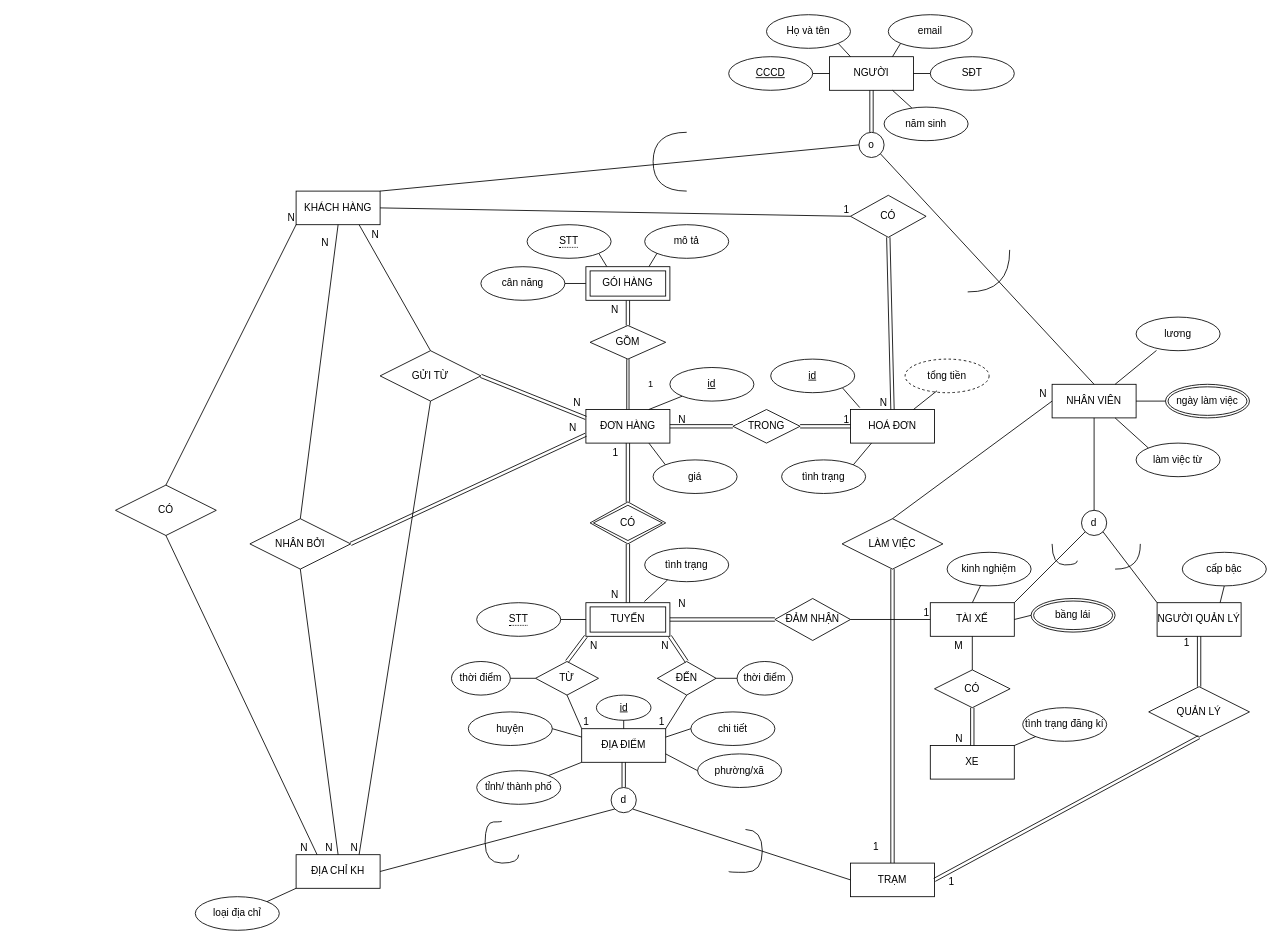
Earlier version of the draw.io diagram db-assignment.drawio (blueonline07/auth-demo). Source tidied: cells renumbered, new cells numbered last; positions are measured from the earlier drawing's top-left corner, leaving out a move shared by most shapes. Both pictures are drawn from the tidied source at 84%, with x=0, y=0 at pixel (115, 14).
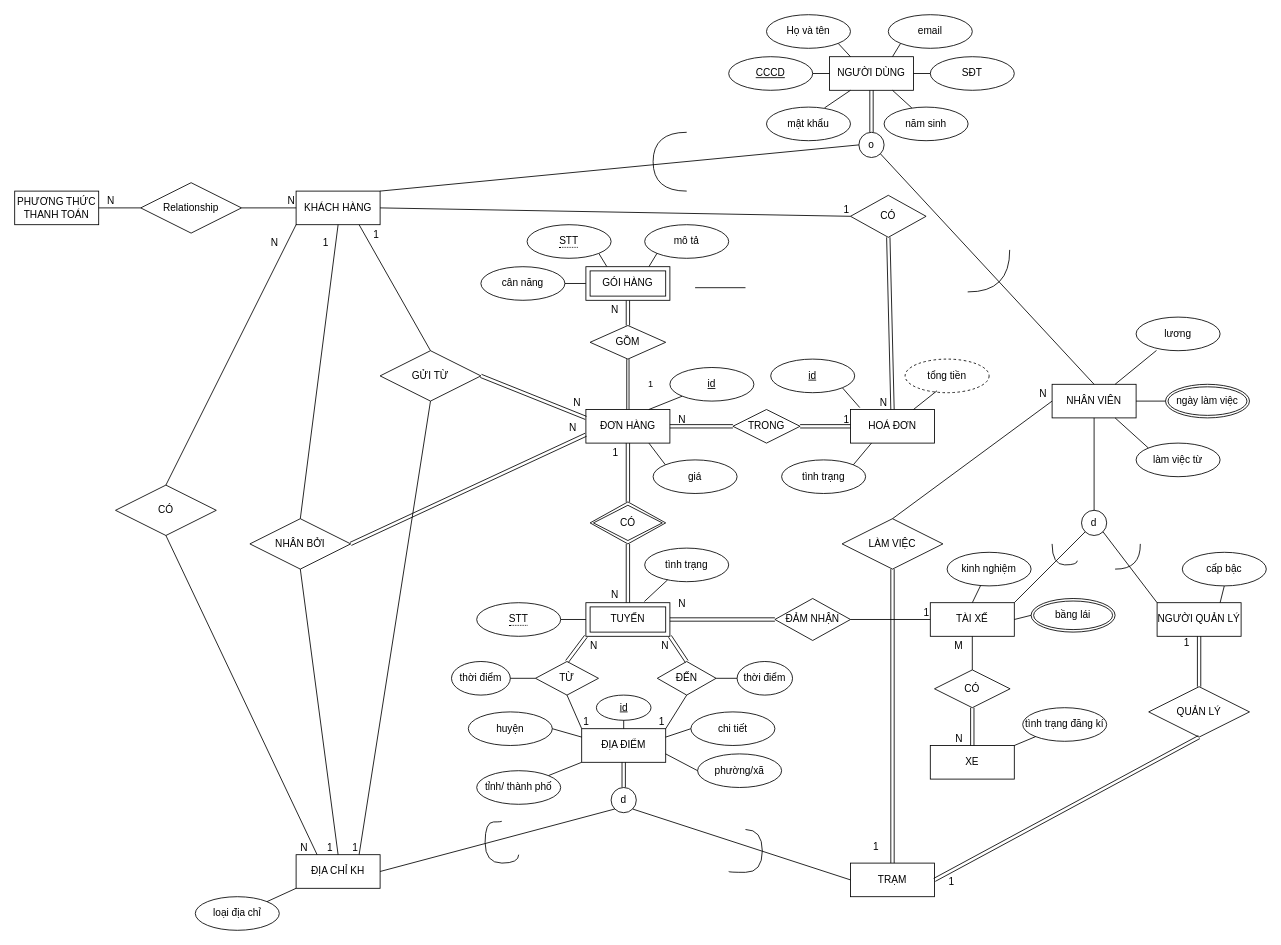
Above is the later version.

Unchanged cells that the change refers to:
```xml
<mxCell id="3" value="KHÁCH HÀNG" style="whiteSpace=wrap;html=1;align=center;" parent="1" vertex="1">
  <mxGeometry x="215" y="210" width="100" height="40" as="geometry" />
</mxCell>
<mxCell id="131" style="endArrow=none;html=1;rounded=0;entryX=0.75;entryY=1;entryDx=0;entryDy=0;exitX=0.5;exitY=0;exitDx=0;exitDy=0;" parent="1" edge="1" source="129" target="3">
  <mxGeometry relative="1" as="geometry" />
</mxCell>
<mxCell id="135" style="endArrow=none;html=1;rounded=0;entryX=0.75;entryY=0;entryDx=0;entryDy=0;exitX=0.5;exitY=1;exitDx=0;exitDy=0;" parent="1" edge="1" source="129" target="10">
  <mxGeometry relative="1" as="geometry" />
</mxCell>
<mxCell id="137" style="endArrow=none;html=1;rounded=0;entryX=0.5;entryY=1;entryDx=0;entryDy=0;exitX=0.5;exitY=0;exitDx=0;exitDy=0;" parent="1" edge="1" source="130" target="3">
  <mxGeometry relative="1" as="geometry" />
</mxCell>
<mxCell id="139" style="endArrow=none;html=1;rounded=0;entryX=0.5;entryY=0;entryDx=0;entryDy=0;exitX=0.5;exitY=1;exitDx=0;exitDy=0;" parent="1" edge="1" source="130" target="10">
  <mxGeometry relative="1" as="geometry" />
</mxCell>
<mxCell id="146" style="endArrow=none;html=1;rounded=0;entryX=0;entryY=1;entryDx=0;entryDy=0;exitX=0.5;exitY=0;exitDx=0;exitDy=0;" parent="1" edge="1" source="143" target="3">
  <mxGeometry relative="1" as="geometry" />
</mxCell>
```

The edit, as a diff of the source:
```diff
@@
-    <mxCell id="2" value="NGƯỜI" style="whiteSpace=wrap;html=1;align=center;" parent="1" vertex="1">
+    <mxCell id="2" value="NGƯỜI DÙNG" style="whiteSpace=wrap;html=1;align=center;" parent="1" vertex="1">
       <mxGeometry x="850" y="50" width="100" height="40" as="geometry" />
     </mxCell>
@@
-    <mxCell id="132" value="N" style="html=1;whiteSpace=wrap;align=right;verticalAlign=bottom;" parent="131" vertex="1">
+    <mxCell id="132" value="1" style="html=1;whiteSpace=wrap;align=right;verticalAlign=bottom;" parent="131" vertex="1">
       <mxGeometry x="1" relative="1" as="geometry">
         <mxPoint x="25" y="20" as="offset" />
       </mxGeometry>
     </mxCell>
@@
-    <mxCell id="136" value="N" style="html=1;whiteSpace=wrap;align=right;verticalAlign=bottom;" parent="135" vertex="1">
+    <mxCell id="136" value="1" style="html=1;whiteSpace=wrap;align=right;verticalAlign=bottom;" parent="135" vertex="1">
       <mxGeometry x="1" relative="1" as="geometry" />
     </mxCell>
@@
-    <mxCell id="138" value="N" style="html=1;whiteSpace=wrap;align=right;verticalAlign=bottom;" parent="137" vertex="1">
+    <mxCell id="138" value="1" style="html=1;whiteSpace=wrap;align=right;verticalAlign=bottom;" parent="137" vertex="1">
       <mxGeometry x="1" relative="1" as="geometry">
         <mxPoint x="-10" y="30" as="offset" />
       </mxGeometry>
     </mxCell>
@@
-    <mxCell id="140" value="N" style="html=1;whiteSpace=wrap;align=right;verticalAlign=bottom;" parent="139" vertex="1">
+    <mxCell id="140" value="1" style="html=1;whiteSpace=wrap;align=right;verticalAlign=bottom;" parent="139" vertex="1">
       <mxGeometry x="1" relative="1" as="geometry">
         <mxPoint x="-5" as="offset" />
       </mxGeometry>
     </mxCell>
@@
     <mxCell id="147" value="N" style="html=1;whiteSpace=wrap;align=right;verticalAlign=bottom;" parent="146" vertex="1">
-      <mxGeometry x="1" relative="1" as="geometry" />
+      <mxGeometry x="1" relative="1" as="geometry">
+        <mxPoint x="-20" y="30" as="offset" />
+      </mxGeometry>
     </mxCell>
@@
+    <mxCell id="163" value="mật khẩu" style="ellipse;whiteSpace=wrap;html=1;align=center;" parent="1" vertex="1">
+      <mxGeometry x="775" y="110" width="100" height="40" as="geometry" />
+    </mxCell>
+    <mxCell id="164" style="line;strokeWidth=1;dashed=0;labelPosition=right;align=left;verticalAlign=middle;spacingTop=0;spacingLeft=6;" parent="1" vertex="1">
+      <mxGeometry x="690" y="320" width="60" height="10" as="geometry" />
+    </mxCell>
+    <mxCell id="165" style="endArrow=none;html=1;rounded=0;entryX=0.25;entryY=1;entryDx=0;entryDy=0;exitX=0.69;exitY=0.025;exitDx=0;exitDy=0;exitPerimeter=0;" parent="1" edge="1" source="163" target="2">
+      <mxGeometry relative="1" as="geometry" />
+    </mxCell>
+    <mxCell id="166" value="PHƯƠNG THỨC THANH TOÁN" style="whiteSpace=wrap;html=1;align=center;" parent="1" vertex="1">
+      <mxGeometry x="-120" y="210" width="100" height="40" as="geometry" />
+    </mxCell>
+    <mxCell id="167" value="Relationship" style="shape=rhombus;perimeter=rhombusPerimeter;whiteSpace=wrap;html=1;align=center;" parent="1" vertex="1">
+      <mxGeometry x="30" y="200" width="120" height="60" as="geometry" />
+    </mxCell>
+    <mxCell id="168" style="endArrow=none;html=1;rounded=0;entryX=0;entryY=0.5;entryDx=0;entryDy=0;exitX=1;exitY=0.5;exitDx=0;exitDy=0;" parent="1" edge="1" source="167" target="3">
+      <mxGeometry relative="1" as="geometry" />
+    </mxCell>
+    <mxCell id="169" value="N" style="html=1;whiteSpace=wrap;align=right;verticalAlign=bottom;" parent="168" vertex="1">
+      <mxGeometry x="1" relative="1" as="geometry" />
+    </mxCell>
+    <mxCell id="170" style="endArrow=none;html=1;rounded=0;entryX=1;entryY=0.5;entryDx=0;entryDy=0;exitX=0;exitY=0.5;exitDx=0;exitDy=0;" parent="1" edge="1" source="167" target="166">
+      <mxGeometry relative="1" as="geometry" />
+    </mxCell>
+    <mxCell id="171" value="N" style="html=1;whiteSpace=wrap;align=right;verticalAlign=bottom;" parent="170" vertex="1">
+      <mxGeometry x="1" relative="1" as="geometry">
+        <mxPoint x="20" as="offset" />
+      </mxGeometry>
+    </mxCell>
```
